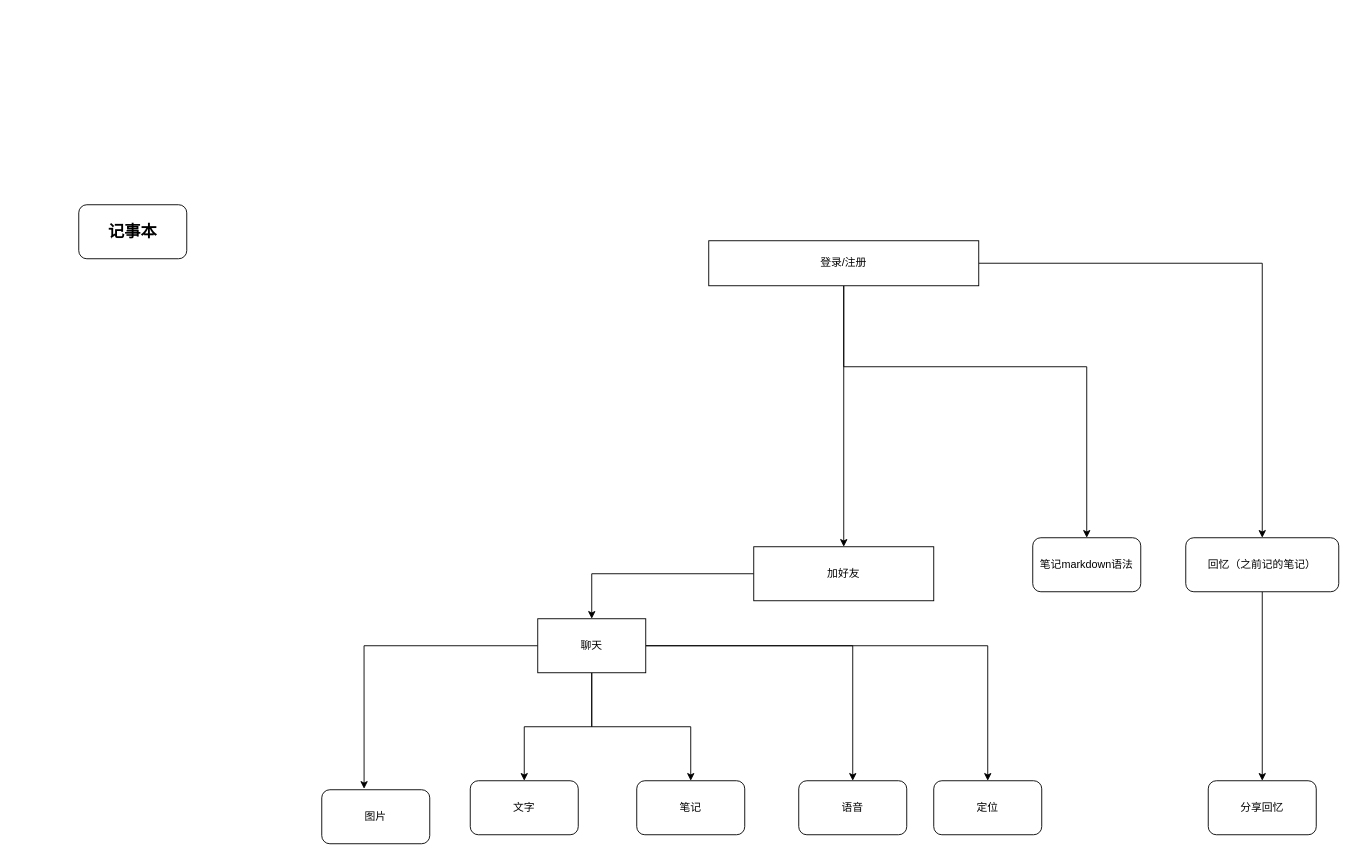
The draw.io diagram peachTickler.drawio in centosl/diagrams, before the edit. Source tidied: cells renumbered, new cells numbered last; positions are measured from the earlier drawing's top-left corner, leaving out a move shared by most shapes. Both pictures are drawn from the tidied source at 90%, with x=0, y=0 at pixel (78, 204).
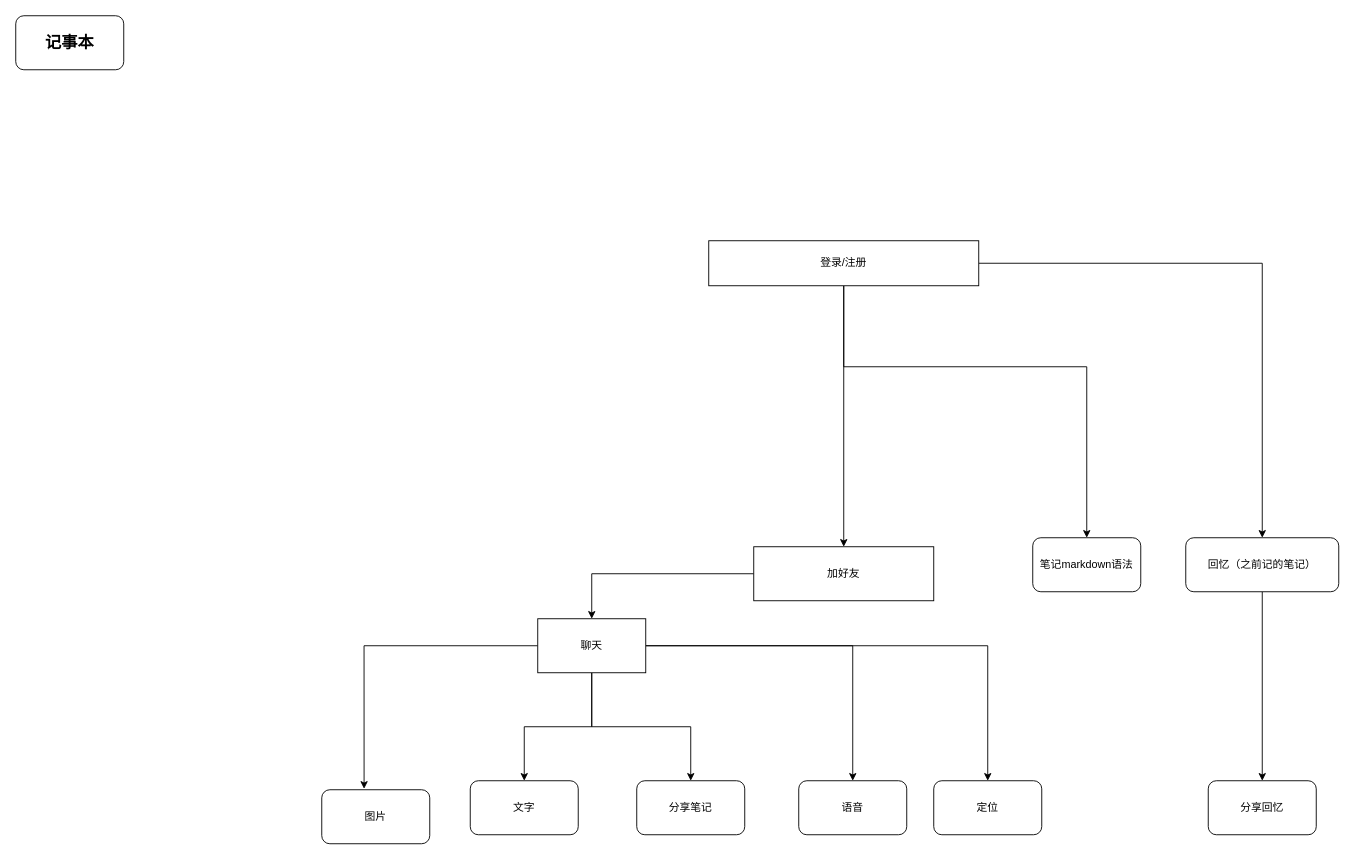
After the change.

What changed in the source:
```diff
@@
-    <mxCell id="17" value="笔记" style="rounded=1;whiteSpace=wrap;html=1;" parent="1" vertex="1">
+    <mxCell id="17" value="分享笔记" style="rounded=1;whiteSpace=wrap;html=1;" parent="1" vertex="1">
       <mxGeometry x="620" y="640" width="120" height="60" as="geometry" />
     </mxCell>
@@
     <mxCell id="20" value="&lt;b&gt;&lt;font style=&quot;font-size: 18px&quot;&gt;记事本&lt;/font&gt;&lt;/b&gt;" style="rounded=1;whiteSpace=wrap;html=1;" parent="1" vertex="1">
-      <mxGeometry width="120" height="60" as="geometry" />
+      <mxGeometry x="-70" y="-210" width="120" height="60" as="geometry" />
     </mxCell>
```
